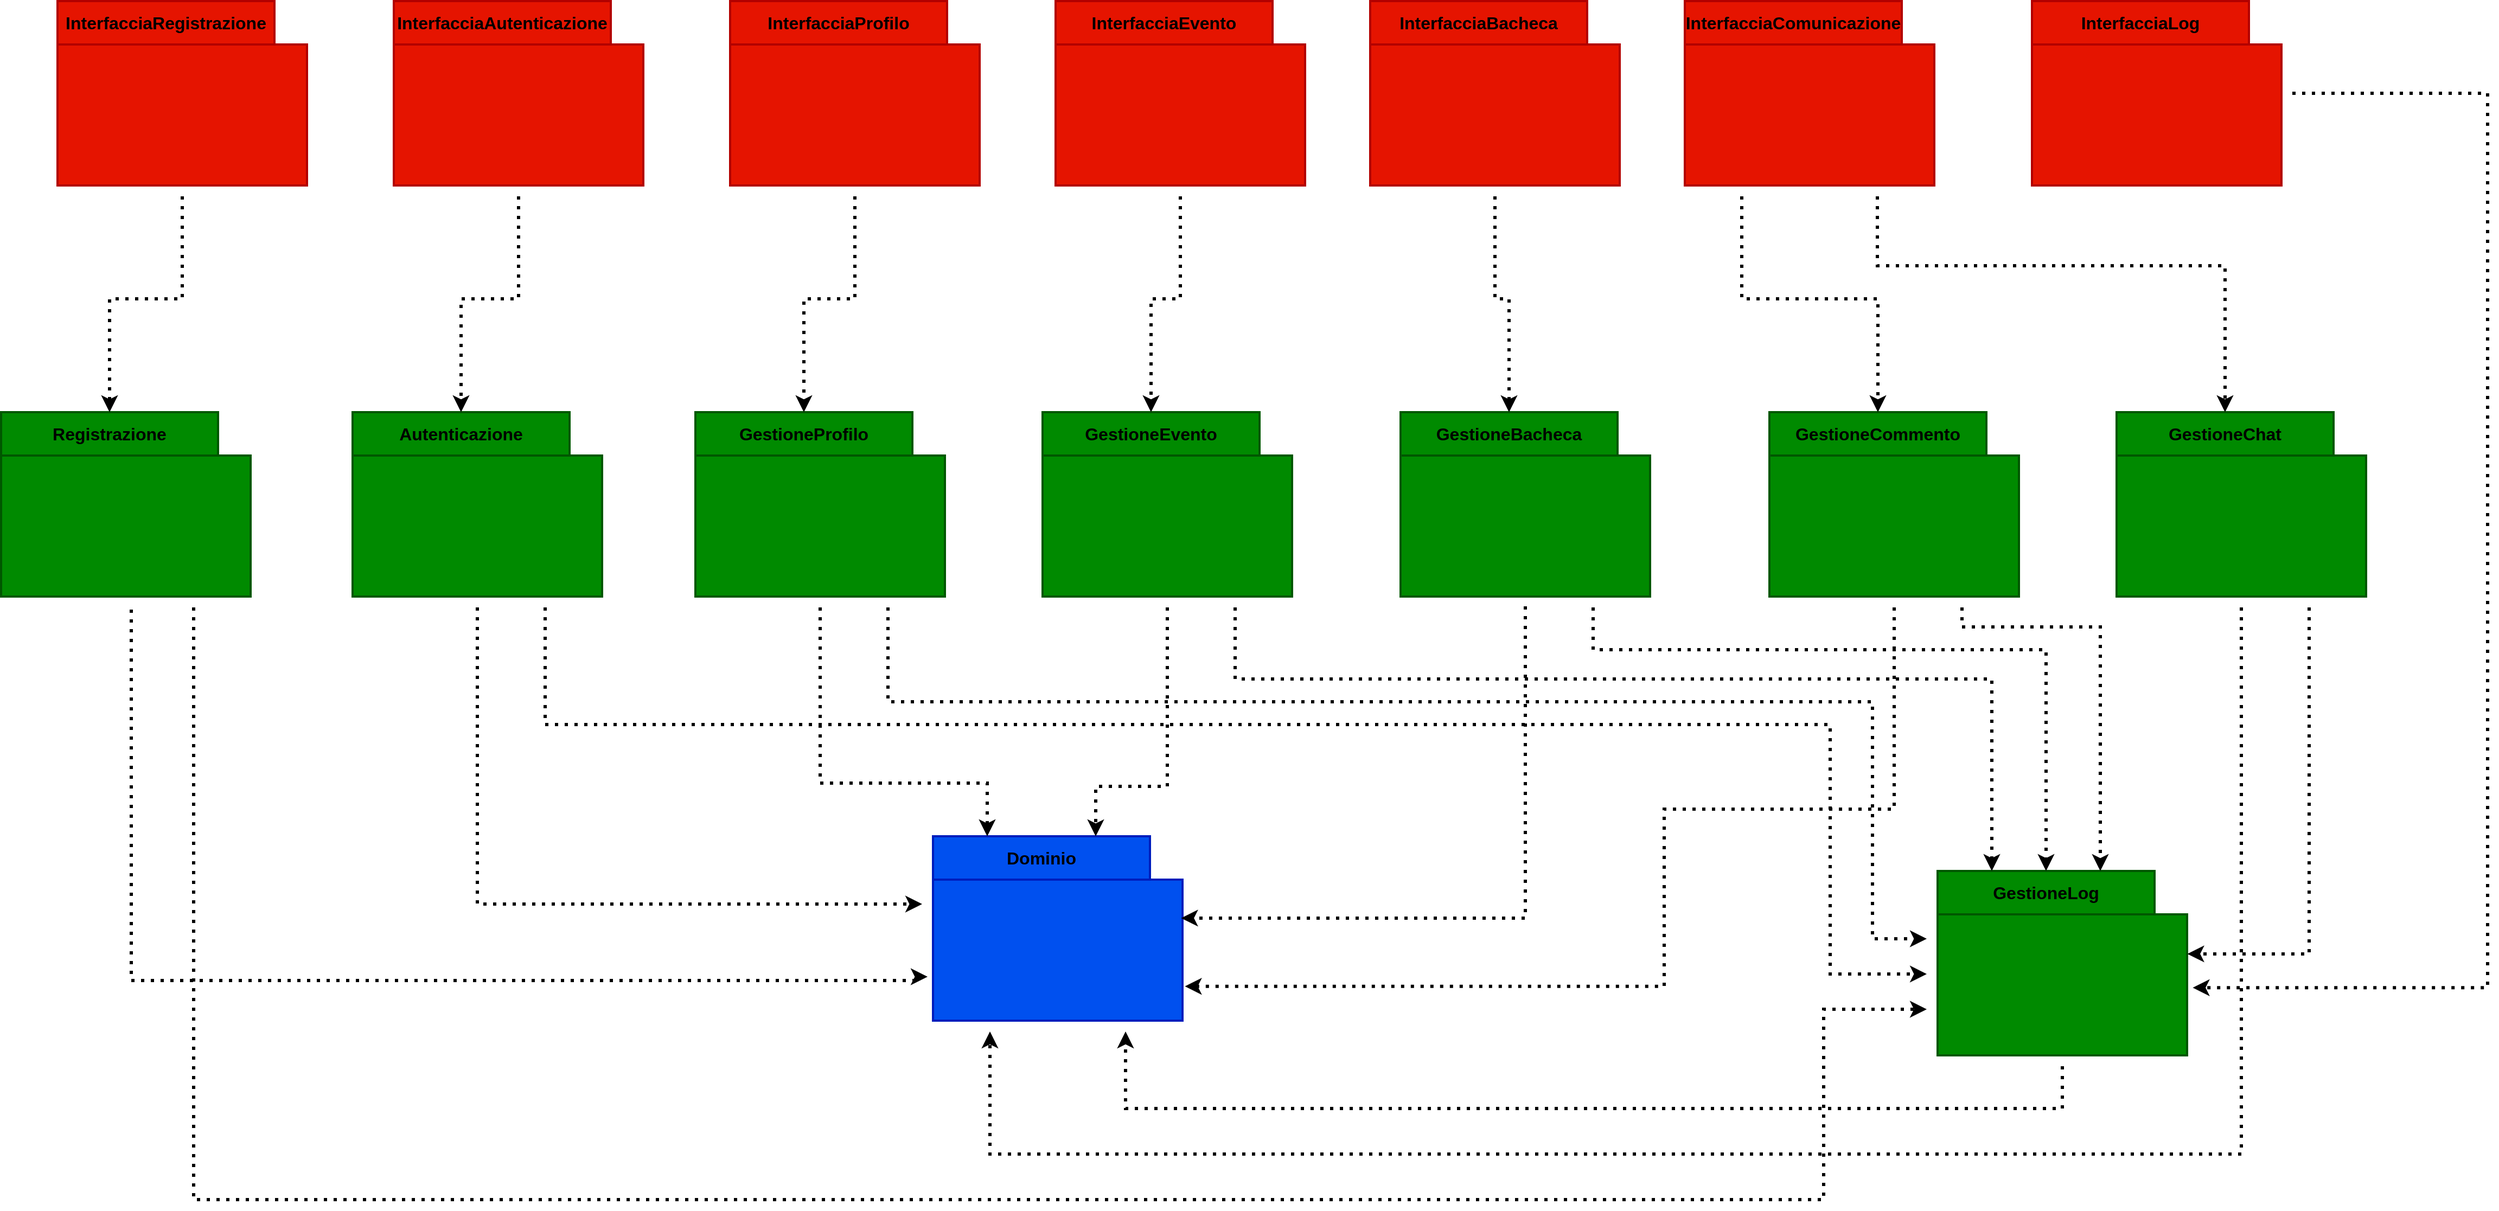
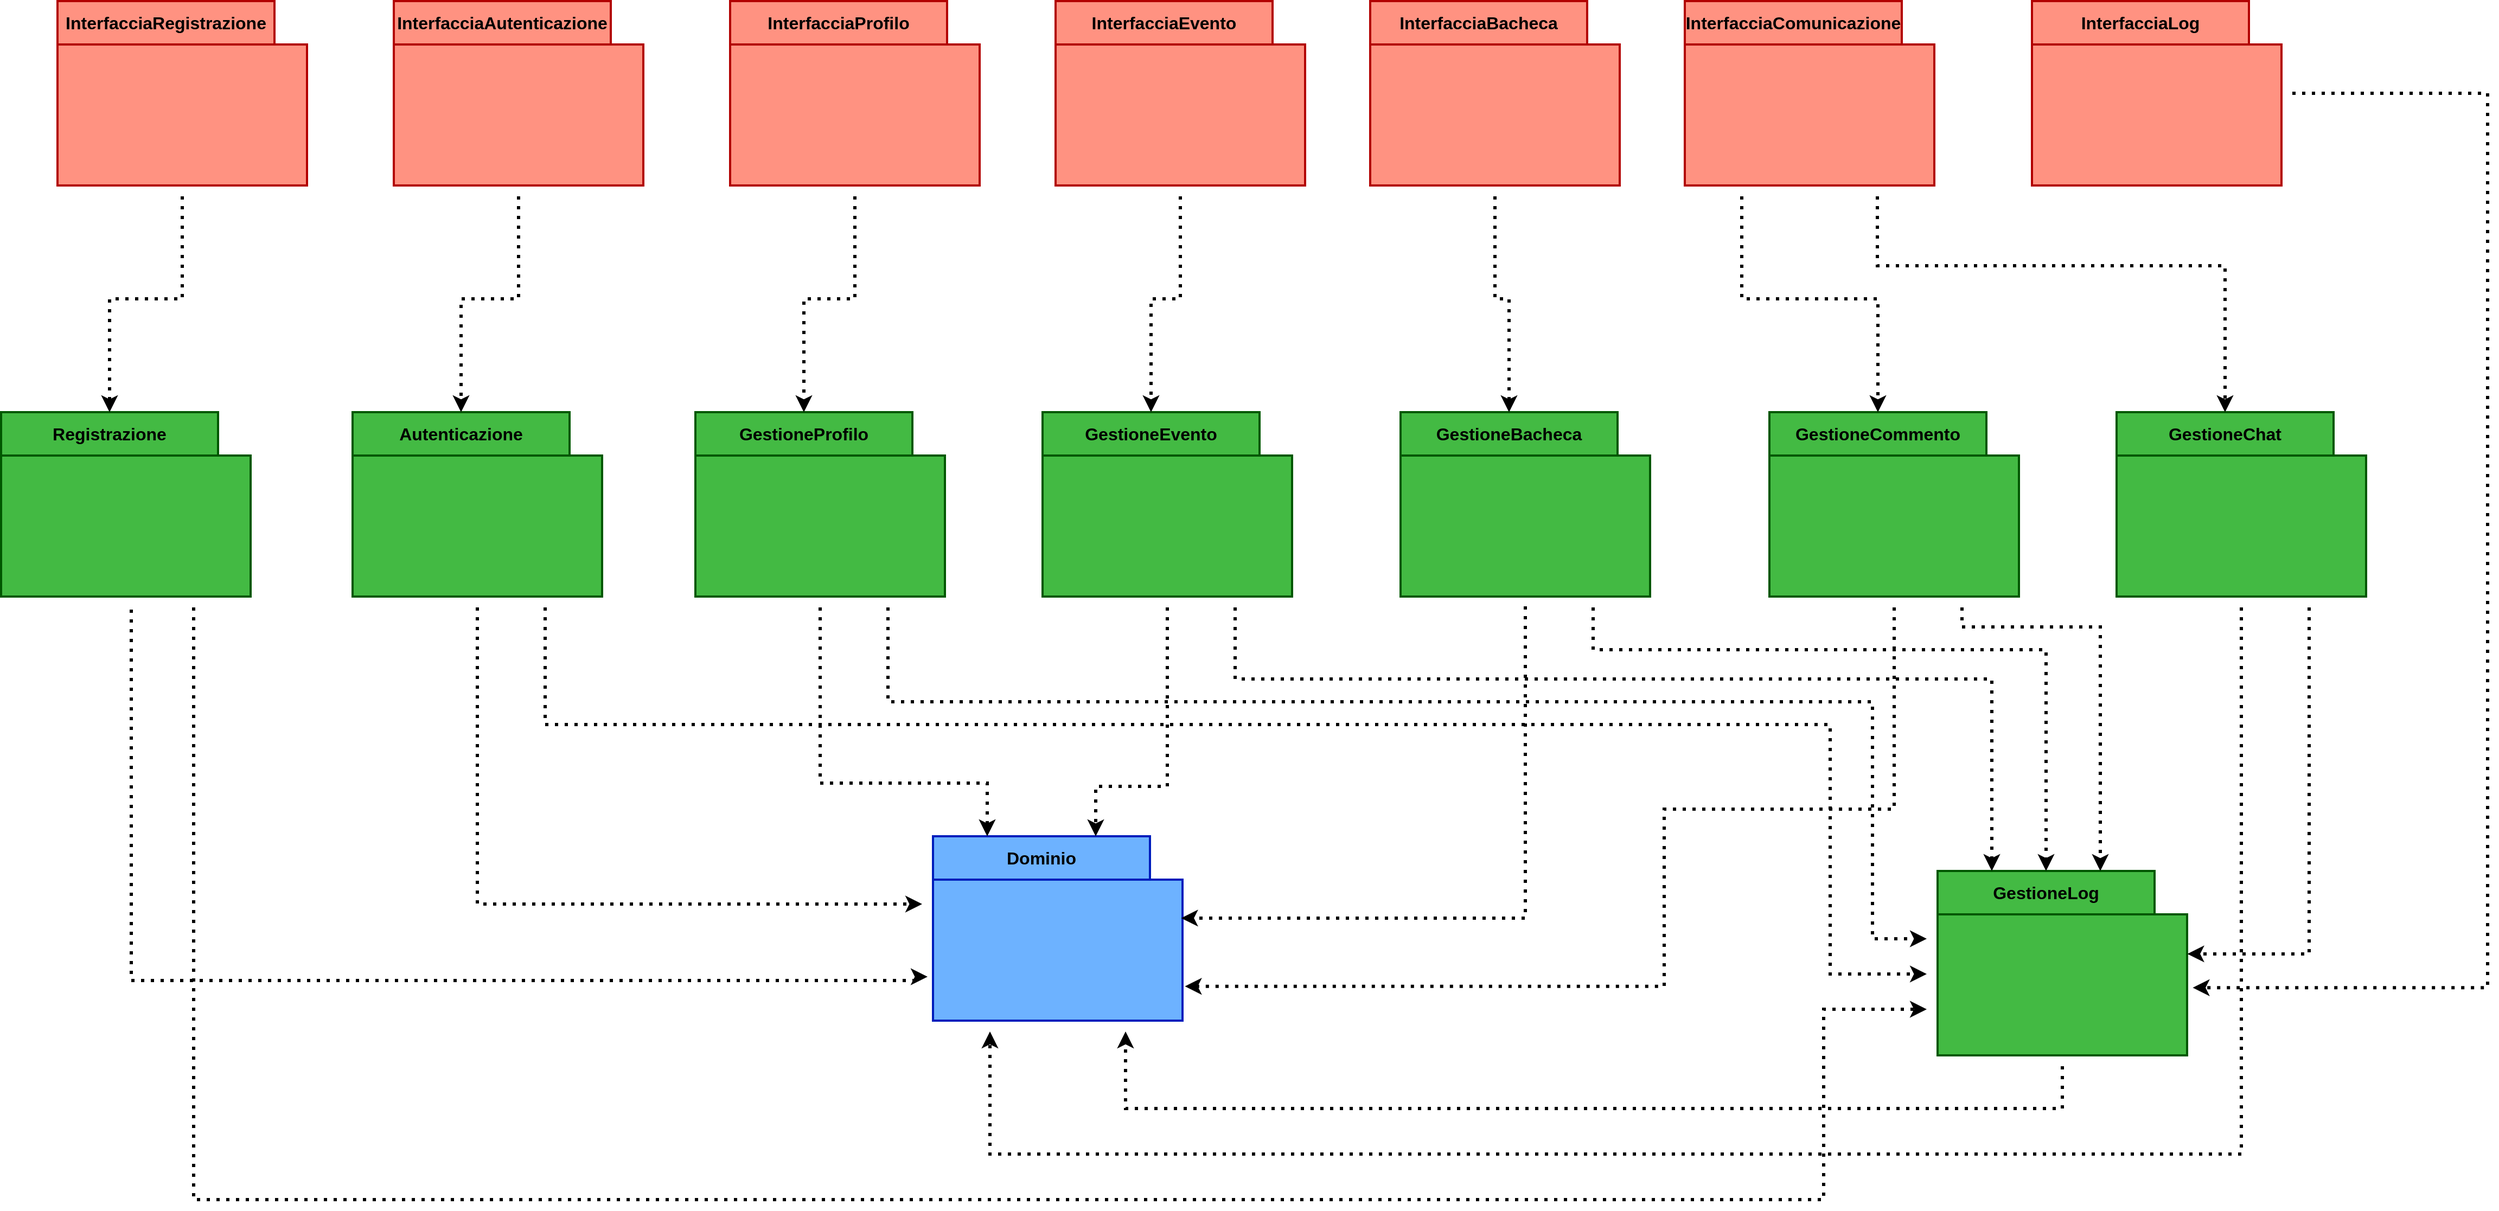
<mxfile host="app.diagrams.net">
  <diagram name="Pagina-1" id="C6Xn9rWfcdTAfyNl7rNL">
-     <mxGraphModel dx="1959" dy="555" grid="1" gridSize="3" guides="1" tooltips="1" connect="1" arrows="1" fold="1" page="1" pageScale="1" pageWidth="827" pageHeight="1169" background="#FFFFFF" math="0" shadow="0">
+     <mxGraphModel dx="3216" dy="1382" grid="1" gridSize="3" guides="1" tooltips="1" connect="1" arrows="1" fold="1" page="1" pageScale="1" pageWidth="827" pageHeight="1169" background="#FFFFFF" math="0" shadow="0">
      <root>
        <mxCell id="0" />
        <mxCell id="1" parent="0" />
        <mxCell id="OB_2Yb948cWARCzSrTNX-7" connectable="0" parent="1" style="group" value="" vertex="1">
          <mxGeometry height="170" width="230" x="-257" y="20" as="geometry" />
        </mxCell>
-         <mxCell id="OB_2Yb948cWARCzSrTNX-8" parent="OB_2Yb948cWARCzSrTNX-7" style="shape=folder;fontStyle=1;spacingTop=10;tabWidth=200;tabHeight=40;tabPosition=left;html=1;whiteSpace=wrap;labelPosition=center;verticalLabelPosition=middle;align=center;verticalAlign=middle;noLabel=0;enumerate=0;fillColor=#e51400;fontColor=#ffffff;strokeColor=light-dark(#B20000,#FFFFFF);perimeterSpacing=10;strokeWidth=2;" value="" vertex="1">
+         <mxCell id="OB_2Yb948cWARCzSrTNX-8" parent="OB_2Yb948cWARCzSrTNX-7" style="shape=folder;fontStyle=1;spacingTop=10;tabWidth=200;tabHeight=40;tabPosition=left;html=1;whiteSpace=wrap;labelPosition=center;verticalLabelPosition=middle;align=center;verticalAlign=middle;noLabel=0;enumerate=0;fillColor=light-dark(#FF9281,#E51400);fontColor=#ffffff;strokeColor=light-dark(#B20000,#FFFFFF);perimeterSpacing=10;strokeWidth=2;" value="" vertex="1">
          <mxGeometry height="170" width="230" as="geometry" />
        </mxCell>
        <mxCell id="OB_2Yb948cWARCzSrTNX-9" parent="OB_2Yb948cWARCzSrTNX-7" style="text;html=1;whiteSpace=wrap;align=center;verticalAlign=middle;rounded=0;" value="&lt;font style=&quot;color: light-dark(rgb(0, 0, 0), rgb(0, 0, 0)); font-size: 16px;&quot;&gt;&lt;b style=&quot;&quot;&gt;InterfacciaRegistrazione&lt;/b&gt;&lt;/font&gt;" vertex="1">
          <mxGeometry height="39" width="200" as="geometry" />
        </mxCell>
        <mxCell id="OB_2Yb948cWARCzSrTNX-25" connectable="0" parent="1" style="group" value="" vertex="1">
          <mxGeometry height="170" width="230" x="53" y="20" as="geometry" />
        </mxCell>
-         <mxCell id="OB_2Yb948cWARCzSrTNX-26" parent="OB_2Yb948cWARCzSrTNX-25" style="shape=folder;fontStyle=1;spacingTop=10;tabWidth=200;tabHeight=40;tabPosition=left;html=1;whiteSpace=wrap;labelPosition=center;verticalLabelPosition=middle;align=center;verticalAlign=middle;noLabel=0;enumerate=0;fillColor=#e51400;fontColor=#ffffff;strokeColor=light-dark(#B20000,#FFFFFF);perimeterSpacing=10;strokeWidth=2;" value="" vertex="1">
+         <mxCell id="OB_2Yb948cWARCzSrTNX-26" parent="OB_2Yb948cWARCzSrTNX-25" style="shape=folder;fontStyle=1;spacingTop=10;tabWidth=200;tabHeight=40;tabPosition=left;html=1;whiteSpace=wrap;labelPosition=center;verticalLabelPosition=middle;align=center;verticalAlign=middle;noLabel=0;enumerate=0;fillColor=light-dark(#FF9281,#E51400);fontColor=#ffffff;strokeColor=light-dark(#B20000,#FFFFFF);perimeterSpacing=10;strokeWidth=2;" value="" vertex="1">
          <mxGeometry height="170" width="230" as="geometry" />
        </mxCell>
        <mxCell id="OB_2Yb948cWARCzSrTNX-27" parent="OB_2Yb948cWARCzSrTNX-25" style="text;html=1;whiteSpace=wrap;align=center;verticalAlign=middle;rounded=0;" value="&lt;font style=&quot;color: light-dark(rgb(0, 0, 0), rgb(0, 0, 0)); font-size: 16px;&quot;&gt;&lt;b style=&quot;&quot;&gt;InterfacciaAutenticazione&lt;/b&gt;&lt;/font&gt;" vertex="1">
          <mxGeometry height="39" width="200" as="geometry" />
        </mxCell>
        <mxCell id="OB_2Yb948cWARCzSrTNX-29" connectable="0" parent="1" style="group" value="" vertex="1">
          <mxGeometry height="170" width="230" x="363" y="20" as="geometry" />
        </mxCell>
-         <mxCell id="OB_2Yb948cWARCzSrTNX-30" parent="OB_2Yb948cWARCzSrTNX-29" style="shape=folder;fontStyle=1;spacingTop=10;tabWidth=200;tabHeight=40;tabPosition=left;html=1;whiteSpace=wrap;labelPosition=center;verticalLabelPosition=middle;align=center;verticalAlign=middle;noLabel=0;enumerate=0;fillColor=#e51400;fontColor=#ffffff;strokeColor=light-dark(#B20000,#FFFFFF);perimeterSpacing=10;strokeWidth=2;" value="" vertex="1">
+         <mxCell id="OB_2Yb948cWARCzSrTNX-30" parent="OB_2Yb948cWARCzSrTNX-29" style="shape=folder;fontStyle=1;spacingTop=10;tabWidth=200;tabHeight=40;tabPosition=left;html=1;whiteSpace=wrap;labelPosition=center;verticalLabelPosition=middle;align=center;verticalAlign=middle;noLabel=0;enumerate=0;fillColor=light-dark(#FF9281,#E51400);fontColor=#ffffff;strokeColor=light-dark(#B20000,#FFFFFF);perimeterSpacing=10;strokeWidth=2;" value="" vertex="1">
          <mxGeometry height="170" width="230" as="geometry" />
        </mxCell>
        <mxCell id="OB_2Yb948cWARCzSrTNX-31" parent="OB_2Yb948cWARCzSrTNX-29" style="text;html=1;whiteSpace=wrap;align=center;verticalAlign=middle;rounded=0;" value="&lt;font style=&quot;color: light-dark(rgb(0, 0, 0), rgb(0, 0, 0)); font-size: 16px;&quot;&gt;&lt;b style=&quot;&quot;&gt;InterfacciaProfilo&lt;/b&gt;&lt;/font&gt;" vertex="1">
          <mxGeometry height="39" width="200" as="geometry" />
        </mxCell>
        <mxCell id="OB_2Yb948cWARCzSrTNX-32" connectable="0" parent="1" style="group" value="" vertex="1">
          <mxGeometry height="170" width="230" x="663" y="20" as="geometry" />
        </mxCell>
-         <mxCell id="OB_2Yb948cWARCzSrTNX-33" parent="OB_2Yb948cWARCzSrTNX-32" style="shape=folder;fontStyle=1;spacingTop=10;tabWidth=200;tabHeight=40;tabPosition=left;html=1;whiteSpace=wrap;labelPosition=center;verticalLabelPosition=middle;align=center;verticalAlign=middle;noLabel=0;enumerate=0;fillColor=#e51400;fontColor=#ffffff;strokeColor=light-dark(#B20000,#FFFFFF);perimeterSpacing=10;strokeWidth=2;" value="" vertex="1">
+         <mxCell id="OB_2Yb948cWARCzSrTNX-33" parent="OB_2Yb948cWARCzSrTNX-32" style="shape=folder;fontStyle=1;spacingTop=10;tabWidth=200;tabHeight=40;tabPosition=left;html=1;whiteSpace=wrap;labelPosition=center;verticalLabelPosition=middle;align=center;verticalAlign=middle;noLabel=0;enumerate=0;fillColor=light-dark(#FF9281,#E51400);fontColor=#ffffff;strokeColor=light-dark(#B20000,#FFFFFF);perimeterSpacing=10;strokeWidth=2;" value="" vertex="1">
          <mxGeometry height="170" width="230" as="geometry" />
        </mxCell>
        <mxCell id="OB_2Yb948cWARCzSrTNX-34" parent="OB_2Yb948cWARCzSrTNX-32" style="text;html=1;whiteSpace=wrap;align=center;verticalAlign=middle;rounded=0;" value="&lt;font style=&quot;color: light-dark(rgb(0, 0, 0), rgb(0, 0, 0)); font-size: 16px;&quot;&gt;&lt;b style=&quot;&quot;&gt;InterfacciaEvento&lt;/b&gt;&lt;/font&gt;" vertex="1">
          <mxGeometry height="39" width="200" as="geometry" />
        </mxCell>
        <mxCell id="OB_2Yb948cWARCzSrTNX-35" connectable="0" parent="1" style="group" value="" vertex="1">
          <mxGeometry height="170" width="230" x="1243" y="20" as="geometry" />
        </mxCell>
-         <mxCell id="OB_2Yb948cWARCzSrTNX-36" parent="OB_2Yb948cWARCzSrTNX-35" style="shape=folder;fontStyle=1;spacingTop=10;tabWidth=200;tabHeight=40;tabPosition=left;html=1;whiteSpace=wrap;labelPosition=center;verticalLabelPosition=middle;align=center;verticalAlign=middle;noLabel=0;enumerate=0;fillColor=#e51400;fontColor=#ffffff;strokeColor=light-dark(#B20000,#FFFFFF);perimeterSpacing=10;strokeWidth=2;" value="" vertex="1">
+         <mxCell id="OB_2Yb948cWARCzSrTNX-36" parent="OB_2Yb948cWARCzSrTNX-35" style="shape=folder;fontStyle=1;spacingTop=10;tabWidth=200;tabHeight=40;tabPosition=left;html=1;whiteSpace=wrap;labelPosition=center;verticalLabelPosition=middle;align=center;verticalAlign=middle;noLabel=0;enumerate=0;fillColor=light-dark(#FF9281,#E51400);fontColor=#ffffff;strokeColor=light-dark(#B20000,#FFFFFF);perimeterSpacing=10;strokeWidth=2;" value="" vertex="1">
          <mxGeometry height="170" width="230" as="geometry" />
        </mxCell>
        <mxCell id="OB_2Yb948cWARCzSrTNX-37" parent="OB_2Yb948cWARCzSrTNX-35" style="text;html=1;whiteSpace=wrap;align=center;verticalAlign=middle;rounded=0;" value="&lt;font style=&quot;color: light-dark(rgb(0, 0, 0), rgb(0, 0, 0)); font-size: 16px;&quot;&gt;&lt;b style=&quot;&quot;&gt;InterfacciaComunicazione&lt;/b&gt;&lt;/font&gt;" vertex="1">
          <mxGeometry height="39" width="200" as="geometry" />
        </mxCell>
        <mxCell id="OB_2Yb948cWARCzSrTNX-38" connectable="0" parent="1" style="group" value="" vertex="1">
          <mxGeometry height="170" width="230" x="1563" y="20" as="geometry" />
        </mxCell>
-         <mxCell id="OB_2Yb948cWARCzSrTNX-39" parent="OB_2Yb948cWARCzSrTNX-38" style="shape=folder;fontStyle=1;spacingTop=10;tabWidth=200;tabHeight=40;tabPosition=left;html=1;whiteSpace=wrap;labelPosition=center;verticalLabelPosition=middle;align=center;verticalAlign=middle;noLabel=0;enumerate=0;fillColor=#e51400;fontColor=#ffffff;strokeColor=light-dark(#B20000,#FFFFFF);perimeterSpacing=10;strokeWidth=2;" value="" vertex="1">
+         <mxCell id="OB_2Yb948cWARCzSrTNX-39" parent="OB_2Yb948cWARCzSrTNX-38" style="shape=folder;fontStyle=1;spacingTop=10;tabWidth=200;tabHeight=40;tabPosition=left;html=1;whiteSpace=wrap;labelPosition=center;verticalLabelPosition=middle;align=center;verticalAlign=middle;noLabel=0;enumerate=0;fillColor=light-dark(#FF9281,#E51400);fontColor=#ffffff;strokeColor=light-dark(#B20000,#FFFFFF);perimeterSpacing=10;strokeWidth=2;" value="" vertex="1">
          <mxGeometry height="170" width="230" as="geometry" />
        </mxCell>
        <mxCell id="OB_2Yb948cWARCzSrTNX-40" parent="OB_2Yb948cWARCzSrTNX-38" style="text;html=1;whiteSpace=wrap;align=center;verticalAlign=middle;rounded=0;" value="&lt;font style=&quot;color: light-dark(rgb(0, 0, 0), rgb(0, 0, 0)); font-size: 16px;&quot;&gt;&lt;b style=&quot;&quot;&gt;InterfacciaLog&lt;/b&gt;&lt;/font&gt;" vertex="1">
          <mxGeometry height="39" width="200" as="geometry" />
        </mxCell>
        <mxCell id="OB_2Yb948cWARCzSrTNX-41" connectable="0" parent="1" style="group;strokeWidth=2;strokeColor=none;" value="" vertex="1">
          <mxGeometry height="170" width="230" x="550" y="790" as="geometry" />
        </mxCell>
-         <mxCell id="OB_2Yb948cWARCzSrTNX-42" parent="OB_2Yb948cWARCzSrTNX-41" style="shape=folder;fontStyle=1;spacingTop=10;tabWidth=200;tabHeight=40;tabPosition=left;html=1;whiteSpace=wrap;labelPosition=center;verticalLabelPosition=middle;align=center;verticalAlign=middle;noLabel=0;enumerate=0;fillColor=#0050ef;fontColor=#ffffff;strokeColor=light-dark(#001DBC,#FFFFFF);perimeterSpacing=10;strokeWidth=2;" value="" vertex="1">
+         <mxCell id="OB_2Yb948cWARCzSrTNX-42" parent="OB_2Yb948cWARCzSrTNX-41" style="shape=folder;fontStyle=1;spacingTop=10;tabWidth=200;tabHeight=40;tabPosition=left;html=1;whiteSpace=wrap;labelPosition=center;verticalLabelPosition=middle;align=center;verticalAlign=middle;noLabel=0;enumerate=0;fillColor=light-dark(#6DB2FF,#0050EF);fontColor=#ffffff;strokeColor=light-dark(#001DBC,#FFFFFF);perimeterSpacing=10;strokeWidth=2;" value="" vertex="1">
          <mxGeometry height="170" width="230" as="geometry" />
        </mxCell>
        <mxCell id="OB_2Yb948cWARCzSrTNX-43" parent="OB_2Yb948cWARCzSrTNX-41" style="text;html=1;whiteSpace=wrap;align=center;verticalAlign=middle;rounded=0;" value="&lt;font style=&quot;color: light-dark(rgb(0, 0, 0), rgb(0, 0, 0)); font-size: 16px;&quot;&gt;&lt;b style=&quot;&quot;&gt;Dominio&lt;/b&gt;&lt;/font&gt;" vertex="1">
          <mxGeometry height="39" width="200" as="geometry" />
        </mxCell>
        <mxCell id="OB_2Yb948cWARCzSrTNX-44" connectable="0" parent="1" style="group" value="" vertex="1">
          <mxGeometry height="170" width="230" x="953" y="20" as="geometry" />
        </mxCell>
-         <mxCell id="OB_2Yb948cWARCzSrTNX-45" parent="OB_2Yb948cWARCzSrTNX-44" style="shape=folder;fontStyle=1;spacingTop=10;tabWidth=200;tabHeight=40;tabPosition=left;html=1;whiteSpace=wrap;labelPosition=center;verticalLabelPosition=middle;align=center;verticalAlign=middle;noLabel=0;enumerate=0;fillColor=#e51400;fontColor=#ffffff;strokeColor=light-dark(#B20000,#FFFFFF);perimeterSpacing=10;strokeWidth=2;" value="" vertex="1">
+         <mxCell id="OB_2Yb948cWARCzSrTNX-45" parent="OB_2Yb948cWARCzSrTNX-44" style="shape=folder;fontStyle=1;spacingTop=10;tabWidth=200;tabHeight=40;tabPosition=left;html=1;whiteSpace=wrap;labelPosition=center;verticalLabelPosition=middle;align=center;verticalAlign=middle;noLabel=0;enumerate=0;fillColor=light-dark(#FF9281,#E51400);fontColor=#ffffff;strokeColor=light-dark(#B20000,#FFFFFF);perimeterSpacing=10;strokeWidth=2;" value="" vertex="1">
          <mxGeometry height="170" width="230" as="geometry" />
        </mxCell>
        <mxCell id="OB_2Yb948cWARCzSrTNX-46" parent="OB_2Yb948cWARCzSrTNX-44" style="text;html=1;whiteSpace=wrap;align=center;verticalAlign=middle;rounded=0;" value="&lt;font style=&quot;color: light-dark(rgb(0, 0, 0), rgb(0, 0, 0)); font-size: 16px;&quot;&gt;&lt;b style=&quot;&quot;&gt;InterfacciaBacheca&lt;/b&gt;&lt;/font&gt;" vertex="1">
          <mxGeometry height="39" width="200" as="geometry" />
        </mxCell>
        <mxCell id="OB_2Yb948cWARCzSrTNX-47" connectable="0" parent="1" style="group" value="" vertex="1">
          <mxGeometry height="170" width="230" x="-309" y="399" as="geometry" />
        </mxCell>
-         <mxCell id="OB_2Yb948cWARCzSrTNX-48" parent="OB_2Yb948cWARCzSrTNX-47" style="shape=folder;fontStyle=1;spacingTop=10;tabWidth=200;tabHeight=40;tabPosition=left;html=1;whiteSpace=wrap;labelPosition=center;verticalLabelPosition=middle;align=center;verticalAlign=middle;noLabel=0;enumerate=0;fillColor=#008a00;fontColor=#ffffff;strokeColor=light-dark(#005700,#FFFFFF);perimeterSpacing=10;strokeWidth=2;" value="" vertex="1">
+         <mxCell id="OB_2Yb948cWARCzSrTNX-48" parent="OB_2Yb948cWARCzSrTNX-47" style="shape=folder;fontStyle=1;spacingTop=10;tabWidth=200;tabHeight=40;tabPosition=left;html=1;whiteSpace=wrap;labelPosition=center;verticalLabelPosition=middle;align=center;verticalAlign=middle;noLabel=0;enumerate=0;fillColor=light-dark(#43BA43,#008A00);fontColor=#ffffff;strokeColor=light-dark(#005700,#FFFFFF);perimeterSpacing=10;strokeWidth=2;" value="" vertex="1">
          <mxGeometry height="170" width="230" as="geometry" />
        </mxCell>
        <mxCell id="OB_2Yb948cWARCzSrTNX-49" parent="OB_2Yb948cWARCzSrTNX-47" style="text;html=1;whiteSpace=wrap;align=center;verticalAlign=middle;rounded=0;" value="&lt;font style=&quot;color: light-dark(rgb(0, 0, 0), rgb(0, 0, 0)); font-size: 16px;&quot;&gt;&lt;b style=&quot;&quot;&gt;Registrazione&lt;/b&gt;&lt;/font&gt;" vertex="1">
          <mxGeometry height="39" width="200" as="geometry" />
        </mxCell>
        <mxCell id="OB_2Yb948cWARCzSrTNX-50" connectable="0" parent="1" style="group" value="" vertex="1">
          <mxGeometry height="170" width="230" x="15" y="399" as="geometry" />
        </mxCell>
-         <mxCell id="OB_2Yb948cWARCzSrTNX-51" parent="OB_2Yb948cWARCzSrTNX-50" style="shape=folder;fontStyle=1;spacingTop=10;tabWidth=200;tabHeight=40;tabPosition=left;html=1;whiteSpace=wrap;labelPosition=center;verticalLabelPosition=middle;align=center;verticalAlign=middle;noLabel=0;enumerate=0;fillColor=#008a00;fontColor=#ffffff;strokeColor=light-dark(#005700,#FFFFFF);perimeterSpacing=10;strokeWidth=2;" value="" vertex="1">
+         <mxCell id="OB_2Yb948cWARCzSrTNX-51" parent="OB_2Yb948cWARCzSrTNX-50" style="shape=folder;fontStyle=1;spacingTop=10;tabWidth=200;tabHeight=40;tabPosition=left;html=1;whiteSpace=wrap;labelPosition=center;verticalLabelPosition=middle;align=center;verticalAlign=middle;noLabel=0;enumerate=0;fillColor=light-dark(#43BA43,#008A00);fontColor=#ffffff;strokeColor=light-dark(#005700,#FFFFFF);perimeterSpacing=10;strokeWidth=2;" value="" vertex="1">
          <mxGeometry height="170" width="230" as="geometry" />
        </mxCell>
        <mxCell id="OB_2Yb948cWARCzSrTNX-52" parent="OB_2Yb948cWARCzSrTNX-50" style="text;html=1;whiteSpace=wrap;align=center;verticalAlign=middle;rounded=0;" value="&lt;font style=&quot;color: light-dark(rgb(0, 0, 0), rgb(0, 0, 0)); font-size: 16px;&quot;&gt;&lt;b style=&quot;&quot;&gt;Autenticazione&lt;/b&gt;&lt;/font&gt;" vertex="1">
          <mxGeometry height="39" width="200" as="geometry" />
        </mxCell>
        <mxCell id="OB_2Yb948cWARCzSrTNX-53" connectable="0" parent="1" style="group" value="" vertex="1">
          <mxGeometry height="170" width="230" x="331" y="399" as="geometry" />
        </mxCell>
-         <mxCell id="OB_2Yb948cWARCzSrTNX-54" parent="OB_2Yb948cWARCzSrTNX-53" style="shape=folder;fontStyle=1;spacingTop=10;tabWidth=200;tabHeight=40;tabPosition=left;html=1;whiteSpace=wrap;labelPosition=center;verticalLabelPosition=middle;align=center;verticalAlign=middle;noLabel=0;enumerate=0;fillColor=#008a00;fontColor=#ffffff;strokeColor=light-dark(#005700,#FFFFFF);perimeterSpacing=10;strokeWidth=2;" value="" vertex="1">
+         <mxCell id="OB_2Yb948cWARCzSrTNX-54" parent="OB_2Yb948cWARCzSrTNX-53" style="shape=folder;fontStyle=1;spacingTop=10;tabWidth=200;tabHeight=40;tabPosition=left;html=1;whiteSpace=wrap;labelPosition=center;verticalLabelPosition=middle;align=center;verticalAlign=middle;noLabel=0;enumerate=0;fillColor=light-dark(#43BA43,#008A00);fontColor=#ffffff;strokeColor=light-dark(#005700,#FFFFFF);perimeterSpacing=10;strokeWidth=2;" value="" vertex="1">
          <mxGeometry height="170" width="230" as="geometry" />
        </mxCell>
        <mxCell id="OB_2Yb948cWARCzSrTNX-55" parent="OB_2Yb948cWARCzSrTNX-53" style="text;html=1;whiteSpace=wrap;align=center;verticalAlign=middle;rounded=0;" value="&lt;font style=&quot;color: light-dark(rgb(0, 0, 0), rgb(0, 0, 0)); font-size: 16px;&quot;&gt;&lt;b style=&quot;&quot;&gt;GestioneProfilo&lt;/b&gt;&lt;/font&gt;" vertex="1">
          <mxGeometry height="39" width="200" as="geometry" />
        </mxCell>
        <mxCell id="OB_2Yb948cWARCzSrTNX-56" connectable="0" parent="1" style="group" value="" vertex="1">
          <mxGeometry height="170" width="230" x="651" y="399" as="geometry" />
        </mxCell>
-         <mxCell id="OB_2Yb948cWARCzSrTNX-57" parent="OB_2Yb948cWARCzSrTNX-56" style="shape=folder;fontStyle=1;spacingTop=10;tabWidth=200;tabHeight=40;tabPosition=left;html=1;whiteSpace=wrap;labelPosition=center;verticalLabelPosition=middle;align=center;verticalAlign=middle;noLabel=0;enumerate=0;fillColor=#008a00;fontColor=#ffffff;strokeColor=light-dark(#005700,#FFFFFF);perimeterSpacing=10;strokeWidth=2;" value="" vertex="1">
+         <mxCell id="OB_2Yb948cWARCzSrTNX-57" parent="OB_2Yb948cWARCzSrTNX-56" style="shape=folder;fontStyle=1;spacingTop=10;tabWidth=200;tabHeight=40;tabPosition=left;html=1;whiteSpace=wrap;labelPosition=center;verticalLabelPosition=middle;align=center;verticalAlign=middle;noLabel=0;enumerate=0;fillColor=light-dark(#43BA43,#008A00);fontColor=#ffffff;strokeColor=light-dark(#005700,#FFFFFF);perimeterSpacing=10;strokeWidth=2;" value="" vertex="1">
          <mxGeometry height="170" width="230" as="geometry" />
        </mxCell>
        <mxCell id="OB_2Yb948cWARCzSrTNX-58" parent="OB_2Yb948cWARCzSrTNX-56" style="text;html=1;whiteSpace=wrap;align=center;verticalAlign=middle;rounded=0;" value="&lt;font style=&quot;color: light-dark(rgb(0, 0, 0), rgb(0, 0, 0)); font-size: 16px;&quot;&gt;&lt;b&gt;Gestione&lt;/b&gt;&lt;b style=&quot;&quot;&gt;Evento&lt;/b&gt;&lt;/font&gt;" vertex="1">
          <mxGeometry height="39" width="200" as="geometry" />
        </mxCell>
-         <mxCell id="OB_2Yb948cWARCzSrTNX-59" connectable="0" parent="1" style="group" value="" vertex="1">
+         <mxCell id="OB_2Yb948cWARCzSrTNX-59" connectable="0" parent="1" style="group;fillColor=none;" value="" vertex="1">
          <mxGeometry height="170" width="230" x="981" y="399" as="geometry" />
        </mxCell>
-         <mxCell id="OB_2Yb948cWARCzSrTNX-60" parent="OB_2Yb948cWARCzSrTNX-59" style="shape=folder;fontStyle=1;spacingTop=10;tabWidth=200;tabHeight=40;tabPosition=left;html=1;whiteSpace=wrap;labelPosition=center;verticalLabelPosition=middle;align=center;verticalAlign=middle;noLabel=0;enumerate=0;fillColor=#008a00;fontColor=#ffffff;strokeColor=light-dark(#005700,#FFFFFF);perimeterSpacing=10;strokeWidth=2;" value="" vertex="1">
+         <mxCell id="OB_2Yb948cWARCzSrTNX-60" parent="OB_2Yb948cWARCzSrTNX-59" style="shape=folder;fontStyle=1;spacingTop=10;tabWidth=200;tabHeight=40;tabPosition=left;html=1;whiteSpace=wrap;labelPosition=center;verticalLabelPosition=middle;align=center;verticalAlign=middle;noLabel=0;enumerate=0;fillColor=light-dark(#43BA43,#008A00);fontColor=#ffffff;strokeColor=light-dark(#005700,#FFFFFF);perimeterSpacing=10;strokeWidth=2;" value="" vertex="1">
          <mxGeometry height="170" width="230" as="geometry" />
        </mxCell>
        <mxCell id="OB_2Yb948cWARCzSrTNX-61" parent="OB_2Yb948cWARCzSrTNX-59" style="text;html=1;whiteSpace=wrap;align=center;verticalAlign=middle;rounded=0;" value="&lt;font style=&quot;color: light-dark(rgb(0, 0, 0), rgb(0, 0, 0)); font-size: 16px;&quot;&gt;&lt;b&gt;Gestione&lt;/b&gt;&lt;b style=&quot;&quot;&gt;Bacheca&lt;/b&gt;&lt;/font&gt;" vertex="1">
          <mxGeometry height="39" width="200" as="geometry" />
        </mxCell>
        <mxCell id="OB_2Yb948cWARCzSrTNX-62" connectable="0" parent="1" style="group" value="" vertex="1">
          <mxGeometry height="170" width="230" x="1321" y="399" as="geometry" />
        </mxCell>
-         <mxCell id="OB_2Yb948cWARCzSrTNX-63" parent="OB_2Yb948cWARCzSrTNX-62" style="shape=folder;fontStyle=1;spacingTop=10;tabWidth=200;tabHeight=40;tabPosition=left;html=1;whiteSpace=wrap;labelPosition=center;verticalLabelPosition=middle;align=center;verticalAlign=middle;noLabel=0;enumerate=0;fillColor=#008a00;fontColor=#ffffff;strokeColor=light-dark(#005700,#FFFFFF);perimeterSpacing=10;strokeWidth=2;" value="" vertex="1">
+         <mxCell id="OB_2Yb948cWARCzSrTNX-63" parent="OB_2Yb948cWARCzSrTNX-62" style="shape=folder;fontStyle=1;spacingTop=10;tabWidth=200;tabHeight=40;tabPosition=left;html=1;whiteSpace=wrap;labelPosition=center;verticalLabelPosition=middle;align=center;verticalAlign=middle;noLabel=0;enumerate=0;fillColor=light-dark(#43BA43,#008A00);fontColor=#ffffff;strokeColor=light-dark(#005700,#FFFFFF);perimeterSpacing=10;strokeWidth=2;" value="" vertex="1">
          <mxGeometry height="170" width="230" as="geometry" />
        </mxCell>
        <mxCell id="OB_2Yb948cWARCzSrTNX-64" parent="OB_2Yb948cWARCzSrTNX-62" style="text;html=1;whiteSpace=wrap;align=center;verticalAlign=middle;rounded=0;" value="&lt;font style=&quot;color: light-dark(rgb(0, 0, 0), rgb(0, 0, 0)); font-size: 16px;&quot;&gt;&lt;b&gt;Gestione&lt;/b&gt;&lt;b style=&quot;&quot;&gt;Commento&lt;/b&gt;&lt;/font&gt;" vertex="1">
          <mxGeometry height="39" width="200" as="geometry" />
        </mxCell>
        <mxCell id="OB_2Yb948cWARCzSrTNX-65" connectable="0" parent="1" style="group" value="" vertex="1">
          <mxGeometry height="170" width="230" x="1641" y="399" as="geometry" />
        </mxCell>
-         <mxCell id="OB_2Yb948cWARCzSrTNX-66" parent="OB_2Yb948cWARCzSrTNX-65" style="shape=folder;fontStyle=1;spacingTop=10;tabWidth=200;tabHeight=40;tabPosition=left;html=1;whiteSpace=wrap;labelPosition=center;verticalLabelPosition=middle;align=center;verticalAlign=middle;noLabel=0;enumerate=0;fillColor=#008a00;fontColor=#ffffff;strokeColor=light-dark(#005700,#FFFFFF);perimeterSpacing=10;strokeWidth=2;" value="" vertex="1">
+         <mxCell id="OB_2Yb948cWARCzSrTNX-66" parent="OB_2Yb948cWARCzSrTNX-65" style="shape=folder;fontStyle=1;spacingTop=10;tabWidth=200;tabHeight=40;tabPosition=left;html=1;whiteSpace=wrap;labelPosition=center;verticalLabelPosition=middle;align=center;verticalAlign=middle;noLabel=0;enumerate=0;fillColor=light-dark(#43BA43,#008A00);fontColor=#ffffff;strokeColor=light-dark(#005700,#FFFFFF);perimeterSpacing=10;strokeWidth=2;" value="" vertex="1">
          <mxGeometry height="170" width="230" as="geometry" />
        </mxCell>
        <mxCell id="OB_2Yb948cWARCzSrTNX-67" parent="OB_2Yb948cWARCzSrTNX-65" style="text;html=1;whiteSpace=wrap;align=center;verticalAlign=middle;rounded=0;" value="&lt;font style=&quot;color: light-dark(rgb(0, 0, 0), rgb(0, 0, 0)); font-size: 16px;&quot;&gt;&lt;b&gt;Gestione&lt;/b&gt;&lt;b style=&quot;&quot;&gt;Chat&lt;/b&gt;&lt;/font&gt;" vertex="1">
          <mxGeometry height="39" width="200" as="geometry" />
        </mxCell>
        <mxCell id="OB_2Yb948cWARCzSrTNX-68" connectable="0" parent="1" style="group" value="" vertex="1">
          <mxGeometry height="170" width="230" x="1476" y="822" as="geometry" />
        </mxCell>
-         <mxCell id="OB_2Yb948cWARCzSrTNX-69" parent="OB_2Yb948cWARCzSrTNX-68" style="shape=folder;fontStyle=1;spacingTop=10;tabWidth=200;tabHeight=40;tabPosition=left;html=1;whiteSpace=wrap;labelPosition=center;verticalLabelPosition=middle;align=center;verticalAlign=middle;noLabel=0;enumerate=0;fillColor=#008a00;fontColor=#ffffff;strokeColor=light-dark(#005700,#FFFFFF);perimeterSpacing=10;strokeWidth=2;" value="" vertex="1">
+         <mxCell id="OB_2Yb948cWARCzSrTNX-69" parent="OB_2Yb948cWARCzSrTNX-68" style="shape=folder;fontStyle=1;spacingTop=10;tabWidth=200;tabHeight=40;tabPosition=left;html=1;whiteSpace=wrap;labelPosition=center;verticalLabelPosition=middle;align=center;verticalAlign=middle;noLabel=0;enumerate=0;fillColor=light-dark(#43BA43,#008A00);fontColor=#ffffff;strokeColor=light-dark(#005700,#FFFFFF);perimeterSpacing=10;strokeWidth=2;" value="" vertex="1">
          <mxGeometry height="170" width="230" as="geometry" />
        </mxCell>
        <mxCell id="OB_2Yb948cWARCzSrTNX-70" parent="OB_2Yb948cWARCzSrTNX-68" style="text;html=1;whiteSpace=wrap;align=center;verticalAlign=middle;rounded=0;" value="&lt;font style=&quot;color: light-dark(rgb(0, 0, 0), rgb(0, 0, 0)); font-size: 16px;&quot;&gt;&lt;b&gt;Gestione&lt;/b&gt;&lt;b style=&quot;&quot;&gt;Log&lt;/b&gt;&lt;/font&gt;" vertex="1">
          <mxGeometry height="39" width="200" as="geometry" />
        </mxCell>
        <mxCell id="jg5ry6Tag9c-0YkKa8EB-1" edge="1" parent="1" source="OB_2Yb948cWARCzSrTNX-8" style="edgeStyle=orthogonalEdgeStyle;rounded=0;orthogonalLoop=1;jettySize=auto;html=1;entryX=0.5;entryY=0;entryDx=0;entryDy=0;dashed=1;dashPattern=1 2;strokeWidth=3;" target="OB_2Yb948cWARCzSrTNX-49">
          <mxGeometry relative="1" as="geometry" />
        </mxCell>
        <mxCell id="jg5ry6Tag9c-0YkKa8EB-2" edge="1" parent="1" source="OB_2Yb948cWARCzSrTNX-26" style="edgeStyle=orthogonalEdgeStyle;rounded=0;orthogonalLoop=1;jettySize=auto;html=1;entryX=0.5;entryY=0;entryDx=0;entryDy=0;dashed=1;dashPattern=1 2;strokeWidth=3;" target="OB_2Yb948cWARCzSrTNX-52">
          <mxGeometry relative="1" as="geometry" />
        </mxCell>
        <mxCell id="jg5ry6Tag9c-0YkKa8EB-3" edge="1" parent="1" source="OB_2Yb948cWARCzSrTNX-30" style="edgeStyle=orthogonalEdgeStyle;rounded=0;orthogonalLoop=1;jettySize=auto;html=1;exitX=0.5;exitY=1;exitDx=0;exitDy=0;exitPerimeter=0;entryX=0.5;entryY=0;entryDx=0;entryDy=0;dashed=1;dashPattern=1 2;strokeWidth=3;" target="OB_2Yb948cWARCzSrTNX-55">
          <mxGeometry relative="1" as="geometry" />
        </mxCell>
        <mxCell id="jg5ry6Tag9c-0YkKa8EB-4" edge="1" parent="1" source="OB_2Yb948cWARCzSrTNX-33" style="edgeStyle=orthogonalEdgeStyle;rounded=0;orthogonalLoop=1;jettySize=auto;html=1;exitX=0.5;exitY=1;exitDx=0;exitDy=0;exitPerimeter=0;entryX=0.5;entryY=0;entryDx=0;entryDy=0;dashed=1;dashPattern=1 2;strokeWidth=3;" target="OB_2Yb948cWARCzSrTNX-58">
          <mxGeometry relative="1" as="geometry" />
        </mxCell>
        <mxCell id="jg5ry6Tag9c-0YkKa8EB-5" edge="1" parent="1" source="OB_2Yb948cWARCzSrTNX-45" style="edgeStyle=orthogonalEdgeStyle;rounded=0;orthogonalLoop=1;jettySize=auto;html=1;entryX=0.5;entryY=0;entryDx=0;entryDy=0;dashed=1;dashPattern=1 2;strokeWidth=3;" target="OB_2Yb948cWARCzSrTNX-61">
          <mxGeometry relative="1" as="geometry" />
        </mxCell>
        <mxCell id="jg5ry6Tag9c-0YkKa8EB-6" edge="1" parent="1" source="OB_2Yb948cWARCzSrTNX-36" style="edgeStyle=orthogonalEdgeStyle;rounded=0;orthogonalLoop=1;jettySize=auto;html=1;exitX=0.25;exitY=1;exitDx=0;exitDy=0;exitPerimeter=0;entryX=0.5;entryY=0;entryDx=0;entryDy=0;dashed=1;dashPattern=1 2;strokeWidth=3;" target="OB_2Yb948cWARCzSrTNX-64">
          <mxGeometry relative="1" as="geometry" />
        </mxCell>
        <mxCell id="jg5ry6Tag9c-0YkKa8EB-7" edge="1" parent="1" source="OB_2Yb948cWARCzSrTNX-36" style="edgeStyle=orthogonalEdgeStyle;rounded=0;orthogonalLoop=1;jettySize=auto;html=1;exitX=0.75;exitY=1;exitDx=0;exitDy=0;exitPerimeter=0;entryX=0.5;entryY=0;entryDx=0;entryDy=0;dashed=1;dashPattern=1 2;strokeWidth=3;" target="OB_2Yb948cWARCzSrTNX-67">
          <mxGeometry relative="1" as="geometry">
            <Array as="points">
              <mxPoint x="1421" y="264" />
              <mxPoint x="1741" y="264" />
            </Array>
          </mxGeometry>
        </mxCell>
        <mxCell id="jg5ry6Tag9c-0YkKa8EB-9" edge="1" parent="1" source="OB_2Yb948cWARCzSrTNX-39" style="edgeStyle=orthogonalEdgeStyle;rounded=0;orthogonalLoop=1;jettySize=auto;html=1;dashed=1;dashPattern=1 2;strokeWidth=3;entryX=0.981;entryY=0.619;entryDx=0;entryDy=0;entryPerimeter=0;" target="OB_2Yb948cWARCzSrTNX-69">
          <mxGeometry relative="1" as="geometry">
            <Array as="points">
              <mxPoint x="1983" y="105" />
              <mxPoint x="1983" y="930" />
            </Array>
            <mxPoint x="1722" y="930" as="targetPoint" />
          </mxGeometry>
        </mxCell>
        <mxCell id="jg5ry6Tag9c-0YkKa8EB-10" edge="1" parent="1" style="edgeStyle=orthogonalEdgeStyle;rounded=0;orthogonalLoop=1;jettySize=auto;html=1;entryX=0;entryY=0;entryDx=0;entryDy=137.5;entryPerimeter=0;dashed=1;dashPattern=1 2;strokeWidth=3;">
          <mxGeometry relative="1" as="geometry">
            <Array as="points">
              <mxPoint x="-189" y="923" />
              <mxPoint x="533" y="923" />
              <mxPoint x="533" y="919" />
            </Array>
            <mxPoint x="-189" y="581" as="sourcePoint" />
            <mxPoint x="545" y="919.5" as="targetPoint" />
          </mxGeometry>
        </mxCell>
        <mxCell id="jg5ry6Tag9c-0YkKa8EB-11" edge="1" parent="1" source="OB_2Yb948cWARCzSrTNX-51" style="edgeStyle=orthogonalEdgeStyle;rounded=0;orthogonalLoop=1;jettySize=auto;html=1;exitX=0.5;exitY=1;exitDx=0;exitDy=0;exitPerimeter=0;entryX=0;entryY=0;entryDx=0;entryDy=72.5;entryPerimeter=0;dashed=1;dashPattern=1 2;strokeWidth=3;" target="OB_2Yb948cWARCzSrTNX-42">
          <mxGeometry relative="1" as="geometry">
            <Array as="points">
              <mxPoint x="130" y="853" />
            </Array>
          </mxGeometry>
        </mxCell>
        <mxCell id="jg5ry6Tag9c-0YkKa8EB-12" edge="1" parent="1" source="OB_2Yb948cWARCzSrTNX-54" style="edgeStyle=orthogonalEdgeStyle;rounded=0;orthogonalLoop=1;jettySize=auto;html=1;exitX=0.5;exitY=1;exitDx=0;exitDy=0;exitPerimeter=0;entryX=0.25;entryY=0;entryDx=0;entryDy=0;strokeWidth=3;dashed=1;dashPattern=1 2;" target="OB_2Yb948cWARCzSrTNX-43">
          <mxGeometry relative="1" as="geometry">
            <Array as="points">
              <mxPoint x="446" y="741" />
              <mxPoint x="600" y="741" />
            </Array>
          </mxGeometry>
        </mxCell>
        <mxCell id="jg5ry6Tag9c-0YkKa8EB-13" edge="1" parent="1" source="OB_2Yb948cWARCzSrTNX-57" style="edgeStyle=orthogonalEdgeStyle;rounded=0;orthogonalLoop=1;jettySize=auto;html=1;exitX=0.5;exitY=1;exitDx=0;exitDy=0;exitPerimeter=0;entryX=0.75;entryY=0;entryDx=0;entryDy=0;dashed=1;dashPattern=1 2;strokeWidth=3;" target="OB_2Yb948cWARCzSrTNX-43">
          <mxGeometry relative="1" as="geometry">
            <Array as="points">
              <mxPoint x="766" y="744" />
              <mxPoint x="700" y="744" />
            </Array>
          </mxGeometry>
        </mxCell>
        <mxCell id="jg5ry6Tag9c-0YkKa8EB-14" edge="1" parent="1" style="edgeStyle=orthogonalEdgeStyle;rounded=0;orthogonalLoop=1;jettySize=auto;html=1;exitX=0.5;exitY=1;exitDx=0;exitDy=0;exitPerimeter=0;entryX=0.955;entryY=0.455;entryDx=0;entryDy=0;entryPerimeter=0;dashed=1;dashPattern=1 2;strokeWidth=3;">
          <mxGeometry relative="1" as="geometry">
            <Array as="points">
              <mxPoint x="1096" y="865" />
            </Array>
            <mxPoint x="1096" y="578" as="sourcePoint" />
            <mxPoint x="778.75" y="865.45" as="targetPoint" />
          </mxGeometry>
        </mxCell>
        <mxCell id="jg5ry6Tag9c-0YkKa8EB-15" edge="1" parent="1" source="OB_2Yb948cWARCzSrTNX-63" style="edgeStyle=orthogonalEdgeStyle;rounded=0;orthogonalLoop=1;jettySize=auto;html=1;entryX=0.969;entryY=0.781;entryDx=0;entryDy=0;entryPerimeter=0;dashed=1;dashPattern=1 2;strokeWidth=3;" target="OB_2Yb948cWARCzSrTNX-42">
          <mxGeometry relative="1" as="geometry">
            <Array as="points">
              <mxPoint x="1436" y="765" />
              <mxPoint x="1224" y="765" />
              <mxPoint x="1224" y="928" />
            </Array>
          </mxGeometry>
        </mxCell>
        <mxCell id="jg5ry6Tag9c-0YkKa8EB-16" edge="1" parent="1" source="OB_2Yb948cWARCzSrTNX-66" style="edgeStyle=orthogonalEdgeStyle;rounded=0;orthogonalLoop=1;jettySize=auto;html=1;entryX=0.25;entryY=1;entryDx=0;entryDy=0;entryPerimeter=0;dashed=1;dashPattern=1 2;strokeWidth=3;" target="OB_2Yb948cWARCzSrTNX-42">
          <mxGeometry relative="1" as="geometry">
            <Array as="points">
              <mxPoint x="1756" y="1083" />
              <mxPoint x="603" y="1083" />
            </Array>
          </mxGeometry>
        </mxCell>
        <mxCell id="jg5ry6Tag9c-0YkKa8EB-17" edge="1" parent="1" source="OB_2Yb948cWARCzSrTNX-66" style="edgeStyle=orthogonalEdgeStyle;rounded=0;orthogonalLoop=1;jettySize=auto;html=1;exitX=0.75;exitY=1;exitDx=0;exitDy=0;exitPerimeter=0;entryX=0.961;entryY=0.455;entryDx=0;entryDy=0;entryPerimeter=0;dashed=1;dashPattern=1 2;strokeWidth=3;" target="OB_2Yb948cWARCzSrTNX-69">
          <mxGeometry relative="1" as="geometry" />
        </mxCell>
        <mxCell id="jg5ry6Tag9c-0YkKa8EB-18" edge="1" parent="1" source="OB_2Yb948cWARCzSrTNX-63" style="edgeStyle=orthogonalEdgeStyle;rounded=0;orthogonalLoop=1;jettySize=auto;html=1;exitX=0.75;exitY=1;exitDx=0;exitDy=0;exitPerimeter=0;entryX=0.75;entryY=0;entryDx=0;entryDy=0;dashed=1;dashPattern=1 2;strokeWidth=3;" target="OB_2Yb948cWARCzSrTNX-70">
          <mxGeometry relative="1" as="geometry">
            <Array as="points">
              <mxPoint x="1499" y="597" />
              <mxPoint x="1626" y="597" />
            </Array>
          </mxGeometry>
        </mxCell>
        <mxCell id="jg5ry6Tag9c-0YkKa8EB-19" edge="1" parent="1" source="OB_2Yb948cWARCzSrTNX-60" style="edgeStyle=orthogonalEdgeStyle;rounded=0;orthogonalLoop=1;jettySize=auto;html=1;exitX=0.75;exitY=1;exitDx=0;exitDy=0;exitPerimeter=0;entryX=0.5;entryY=0;entryDx=0;entryDy=0;dashed=1;dashPattern=1 2;strokeWidth=3;" target="OB_2Yb948cWARCzSrTNX-70">
          <mxGeometry relative="1" as="geometry">
            <Array as="points">
              <mxPoint x="1159" y="618" />
              <mxPoint x="1576" y="618" />
            </Array>
          </mxGeometry>
        </mxCell>
        <mxCell id="jg5ry6Tag9c-0YkKa8EB-20" edge="1" parent="1" source="OB_2Yb948cWARCzSrTNX-57" style="edgeStyle=orthogonalEdgeStyle;rounded=0;orthogonalLoop=1;jettySize=auto;html=1;exitX=0.75;exitY=1;exitDx=0;exitDy=0;exitPerimeter=0;entryX=0.25;entryY=0;entryDx=0;entryDy=0;dashed=1;dashPattern=1 2;strokeWidth=3;" target="OB_2Yb948cWARCzSrTNX-70">
          <mxGeometry relative="1" as="geometry">
            <Array as="points">
              <mxPoint x="829" y="645" />
              <mxPoint x="1526" y="645" />
            </Array>
          </mxGeometry>
        </mxCell>
        <mxCell id="jg5ry6Tag9c-0YkKa8EB-21" edge="1" parent="1" source="OB_2Yb948cWARCzSrTNX-54" style="edgeStyle=orthogonalEdgeStyle;rounded=0;orthogonalLoop=1;jettySize=auto;html=1;exitX=0.75;exitY=1;exitDx=0;exitDy=0;exitPerimeter=0;entryX=0;entryY=0;entryDx=0;entryDy=72.5;entryPerimeter=0;dashed=1;dashPattern=1 2;strokeWidth=3;" target="OB_2Yb948cWARCzSrTNX-69">
          <mxGeometry relative="1" as="geometry">
            <Array as="points">
              <mxPoint x="509" y="666" />
              <mxPoint x="1416" y="666" />
              <mxPoint x="1416" y="885" />
            </Array>
          </mxGeometry>
        </mxCell>
        <mxCell id="jg5ry6Tag9c-0YkKa8EB-22" edge="1" parent="1" source="OB_2Yb948cWARCzSrTNX-51" style="edgeStyle=orthogonalEdgeStyle;rounded=0;orthogonalLoop=1;jettySize=auto;html=1;exitX=0.75;exitY=1;exitDx=0;exitDy=0;exitPerimeter=0;entryX=0;entryY=0;entryDx=0;entryDy=105;entryPerimeter=0;dashed=1;dashPattern=1 2;strokeWidth=3;" target="OB_2Yb948cWARCzSrTNX-69">
          <mxGeometry relative="1" as="geometry">
            <Array as="points">
              <mxPoint x="193" y="687" />
              <mxPoint x="1377" y="687" />
              <mxPoint x="1377" y="917" />
            </Array>
          </mxGeometry>
        </mxCell>
        <mxCell id="jg5ry6Tag9c-0YkKa8EB-23" edge="1" parent="1" source="OB_2Yb948cWARCzSrTNX-48" style="edgeStyle=orthogonalEdgeStyle;rounded=0;orthogonalLoop=1;jettySize=auto;html=1;exitX=0.75;exitY=1;exitDx=0;exitDy=0;exitPerimeter=0;entryX=0;entryY=0;entryDx=0;entryDy=137.5;entryPerimeter=0;dashed=1;dashPattern=1 2;strokeWidth=3;" target="OB_2Yb948cWARCzSrTNX-69">
          <mxGeometry relative="1" as="geometry">
            <Array as="points">
              <mxPoint x="-131" y="1125" />
              <mxPoint x="1371" y="1125" />
              <mxPoint x="1371" y="950" />
            </Array>
          </mxGeometry>
        </mxCell>
        <mxCell id="jg5ry6Tag9c-0YkKa8EB-24" edge="1" parent="1" source="OB_2Yb948cWARCzSrTNX-69" style="edgeStyle=orthogonalEdgeStyle;rounded=0;orthogonalLoop=1;jettySize=auto;html=1;exitX=0.5;exitY=1;exitDx=0;exitDy=0;exitPerimeter=0;entryX=0.75;entryY=1;entryDx=0;entryDy=0;entryPerimeter=0;dashed=1;dashPattern=1 2;strokeWidth=3;" target="OB_2Yb948cWARCzSrTNX-42">
          <mxGeometry relative="1" as="geometry">
            <Array as="points">
              <mxPoint x="1591" y="1041" />
              <mxPoint x="728" y="1041" />
            </Array>
          </mxGeometry>
        </mxCell>
      </root>
    </mxGraphModel>
  </diagram>
</mxfile>
